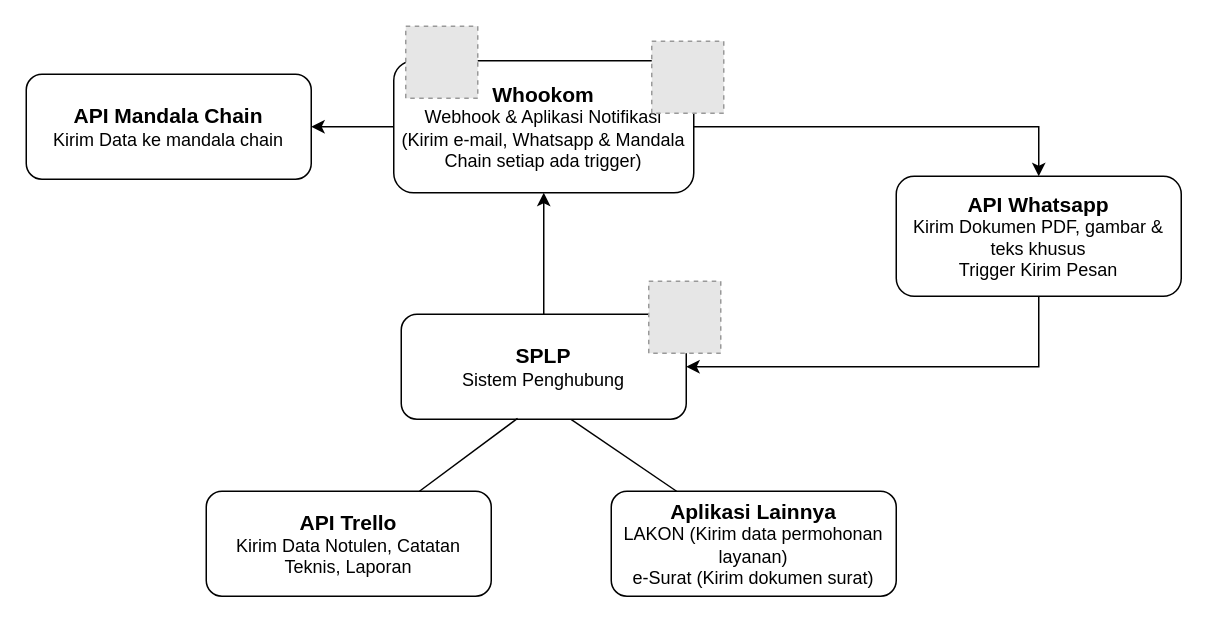
Earlier version of the draw.io diagram env_designs/bagan_integrasi_mandala_chain.drawio (zeneight/drawio). Source tidied: cells renumbered, new cells numbered last; positions are measured from the earlier drawing's top-left corner, leaving out a move shared by most shapes. Both pictures are drawn from the tidied source at 150%, with x=0, y=0 at pixel (26, 26). Pictures stored in the file or linked from it are replaced by grey dashed boxes.
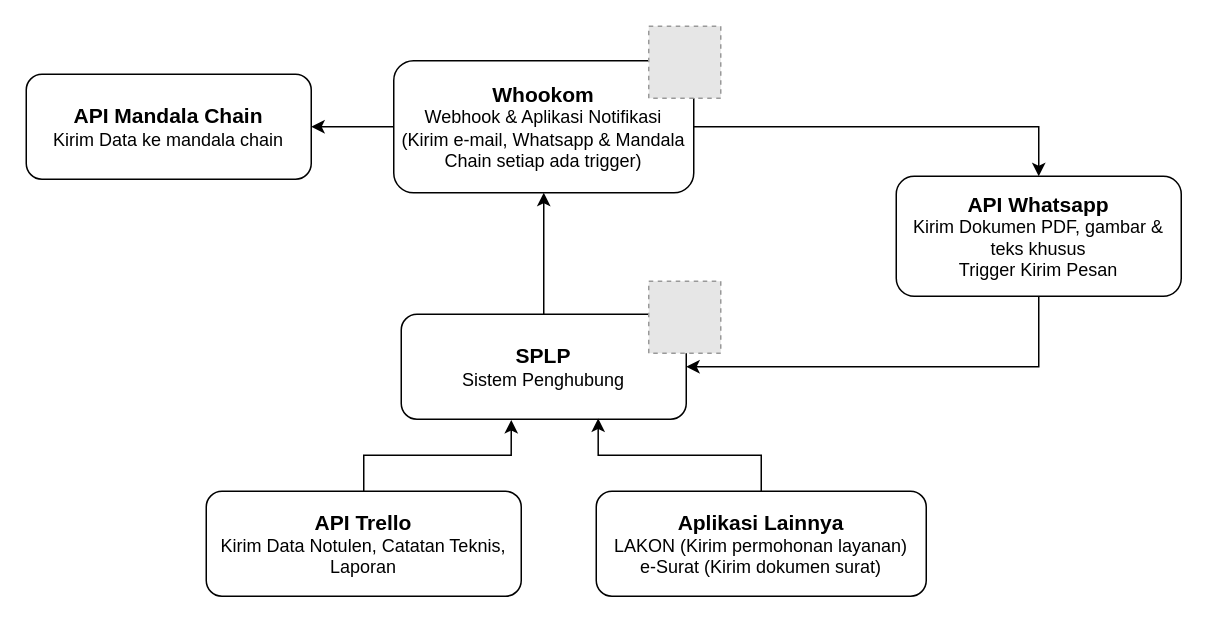
Above is the later version.

What changed in the source:
```diff
@@
 <mxGraphModel>
   <root>
     <mxCell id="0" />
     <mxCell id="1" parent="0" />
     <mxCell id="2" style="edgeStyle=orthogonalEdgeStyle;rounded=0;jettySize=auto;html=1;entryX=1;entryY=0.5;entryDx=0;entryDy=0;" parent="1" edge="1" source="4" target="16">
       <mxGeometry relative="1" as="geometry" />
     </mxCell>
     <mxCell id="3" style="edgeStyle=orthogonalEdgeStyle;rounded=0;jettySize=auto;html=1;entryX=0.5;entryY=0;entryDx=0;entryDy=0;" parent="1" edge="1" source="4" target="11">
       <mxGeometry relative="1" as="geometry">
         <Array as="points">
           <mxPoint x="675" y="67" />
         </Array>
       </mxGeometry>
     </mxCell>
     <mxCell id="4" value="&lt;div style=&quot;font-size: 13px;&quot;&gt;&lt;font size=&quot;1&quot;&gt;&lt;b style=&quot;font-size: 14px;&quot;&gt;Whookom&lt;/b&gt;&lt;/font&gt;&lt;/div&gt;&lt;div&gt;Webhook &amp;amp; Aplikasi Notifikasi&lt;/div&gt;(Kirim e-mail, Whatsapp &amp;amp; Mandala Chain setiap ada trigger)" style="rounded=1;whiteSpace=wrap;html=1;" parent="1" vertex="1">
       <mxGeometry x="245" y="23" width="200" height="88" as="geometry" />
     </mxCell>
-    <mxCell id="5" style="rounded=0;jettySize=auto;html=1;endArrow=none;endFill=0;exitX=0.579;exitY=0.971;exitDx=0;exitDy=0;exitPerimeter=0;" parent="1" edge="1" source="7" target="13">
-      <mxGeometry relative="1" as="geometry" />
-    </mxCell>
     <mxCell id="6" style="edgeStyle=orthogonalEdgeStyle;rounded=0;jettySize=auto;html=1;entryX=0.5;entryY=1;entryDx=0;entryDy=0;" parent="1" edge="1" source="7" target="4">
       <mxGeometry relative="1" as="geometry" />
     </mxCell>
     <mxCell id="7" value="&lt;div style=&quot;font-size: 13px;&quot;&gt;&lt;font size=&quot;1&quot;&gt;&lt;b style=&quot;font-size: 14px;&quot;&gt;SPLP&lt;/b&gt;&lt;/font&gt;&lt;/div&gt;&lt;div&gt;Sistem Penghubung&lt;br&gt;&lt;/div&gt;" style="rounded=1;whiteSpace=wrap;html=1;" parent="1" vertex="1">
       <mxGeometry x="250" y="192" width="190" height="70" as="geometry" />
     </mxCell>
     <mxCell id="8" style="fillColor=#E6E6E6;strokeColor=#999999;dashed=1;verticalLabelPosition=bottom;verticalAlign=top;" parent="1" vertex="1">
       <mxGeometry x="415" y="170" width="48" height="48" as="geometry" />
     </mxCell>
     <mxCell id="9" style="fillColor=#E6E6E6;strokeColor=#999999;dashed=1;verticalLabelPosition=bottom;verticalAlign=top;" parent="1" vertex="1">
-      <mxGeometry x="417" y="10" width="48" height="48" as="geometry" />
+      <mxGeometry x="415" width="48" height="48" as="geometry" />
     </mxCell>
     <mxCell id="10" style="edgeStyle=orthogonalEdgeStyle;rounded=0;jettySize=auto;html=1;entryX=1;entryY=0.5;entryDx=0;entryDy=0;" parent="1" edge="1" source="11" target="7">
       <mxGeometry relative="1" as="geometry">
         <Array as="points">
           <mxPoint x="675" y="227" />
         </Array>
       </mxGeometry>
     </mxCell>
     <mxCell id="11" value="&lt;div style=&quot;font-size: 13px;&quot;&gt;&lt;font size=&quot;1&quot;&gt;&lt;b style=&quot;font-size: 14px;&quot;&gt;API Whatsapp&lt;/b&gt;&lt;/font&gt;&lt;/div&gt;&lt;div&gt;Kirim Dokumen PDF, gambar &amp;amp; teks khusus&lt;br&gt;Trigger Kirim Pesan&lt;/div&gt;" style="rounded=1;whiteSpace=wrap;html=1;" parent="1" vertex="1">
       <mxGeometry x="580" y="100" width="190" height="80" as="geometry" />
     </mxCell>
-    <mxCell id="12" style="fillColor=#E6E6E6;strokeColor=#999999;dashed=1;verticalLabelPosition=bottom;verticalAlign=top;" parent="1" vertex="1">
-      <mxGeometry x="253" width="48" height="48" as="geometry" />
-    </mxCell>
-    <mxCell id="13" value="&lt;div style=&quot;font-size: 13px;&quot;&gt;&lt;font size=&quot;1&quot;&gt;&lt;b style=&quot;font-size: 14px;&quot;&gt;Aplikasi Lainnya&lt;/b&gt;&lt;/font&gt;&lt;/div&gt;&lt;div&gt;LAKON (Kirim data permohonan layanan)&lt;/div&gt;&lt;div&gt;e-Surat (Kirim dokumen surat)&lt;/div&gt;" style="rounded=1;whiteSpace=wrap;html=1;" parent="1" vertex="1">
-      <mxGeometry x="390" y="310" width="190" height="70" as="geometry" />
+    <mxCell id="13" value="&lt;div style=&quot;font-size: 13px;&quot;&gt;&lt;font size=&quot;1&quot;&gt;&lt;b style=&quot;font-size: 14px;&quot;&gt;Aplikasi Lainnya&lt;/b&gt;&lt;/font&gt;&lt;/div&gt;&lt;div&gt;LAKON (Kirim permohonan layanan)&lt;/div&gt;&lt;div&gt;e-Surat (Kirim dokumen surat)&lt;/div&gt;" style="rounded=1;whiteSpace=wrap;html=1;" parent="1" vertex="1">
+      <mxGeometry x="380" y="310" width="220" height="70" as="geometry" />
     </mxCell>
-    <mxCell id="14" style="rounded=0;jettySize=auto;html=1;entryX=0.408;entryY=0.992;entryDx=0;entryDy=0;endArrow=none;endFill=0;entryPerimeter=0;" parent="1" edge="1" source="15" target="7">
-      <mxGeometry relative="1" as="geometry" />
-    </mxCell>
     <mxCell id="15" value="&lt;div style=&quot;font-size: 13px;&quot;&gt;&lt;font size=&quot;1&quot;&gt;&lt;b style=&quot;font-size: 14px;&quot;&gt;API Trello&lt;/b&gt;&lt;/font&gt;&lt;/div&gt;Kirim Data Notulen, Catatan Teknis, Laporan" style="rounded=1;whiteSpace=wrap;html=1;" parent="1" vertex="1">
-      <mxGeometry x="120" y="310" width="190" height="70" as="geometry" />
+      <mxGeometry x="120" y="310" width="210" height="70" as="geometry" />
     </mxCell>
     <mxCell id="16" value="&lt;div style=&quot;font-size: 13px;&quot;&gt;&lt;font size=&quot;1&quot;&gt;&lt;b style=&quot;font-size: 14px;&quot;&gt;API Mandala Chain&lt;/b&gt;&lt;/font&gt;&lt;/div&gt;Kirim Data ke mandala chain" style="rounded=1;whiteSpace=wrap;html=1;" parent="1" vertex="1">
       <mxGeometry y="32" width="190" height="70" as="geometry" />
     </mxCell>
+    <mxCell id="14" style="edgeStyle=orthogonalEdgeStyle;rounded=0;jettySize=auto;html=1;entryX=0.386;entryY=1.007;entryDx=0;entryDy=0;entryPerimeter=0;" parent="1" edge="1" source="15" target="7">
+      <mxGeometry relative="1" as="geometry" />
+    </mxCell>
+    <mxCell id="17" style="edgeStyle=orthogonalEdgeStyle;rounded=0;jettySize=auto;html=1;entryX=0.691;entryY=0.992;entryDx=0;entryDy=0;entryPerimeter=0;" parent="1" edge="1" source="13" target="7">
+      <mxGeometry relative="1" as="geometry" />
+    </mxCell>
   </root>
 </mxGraphModel>
```
